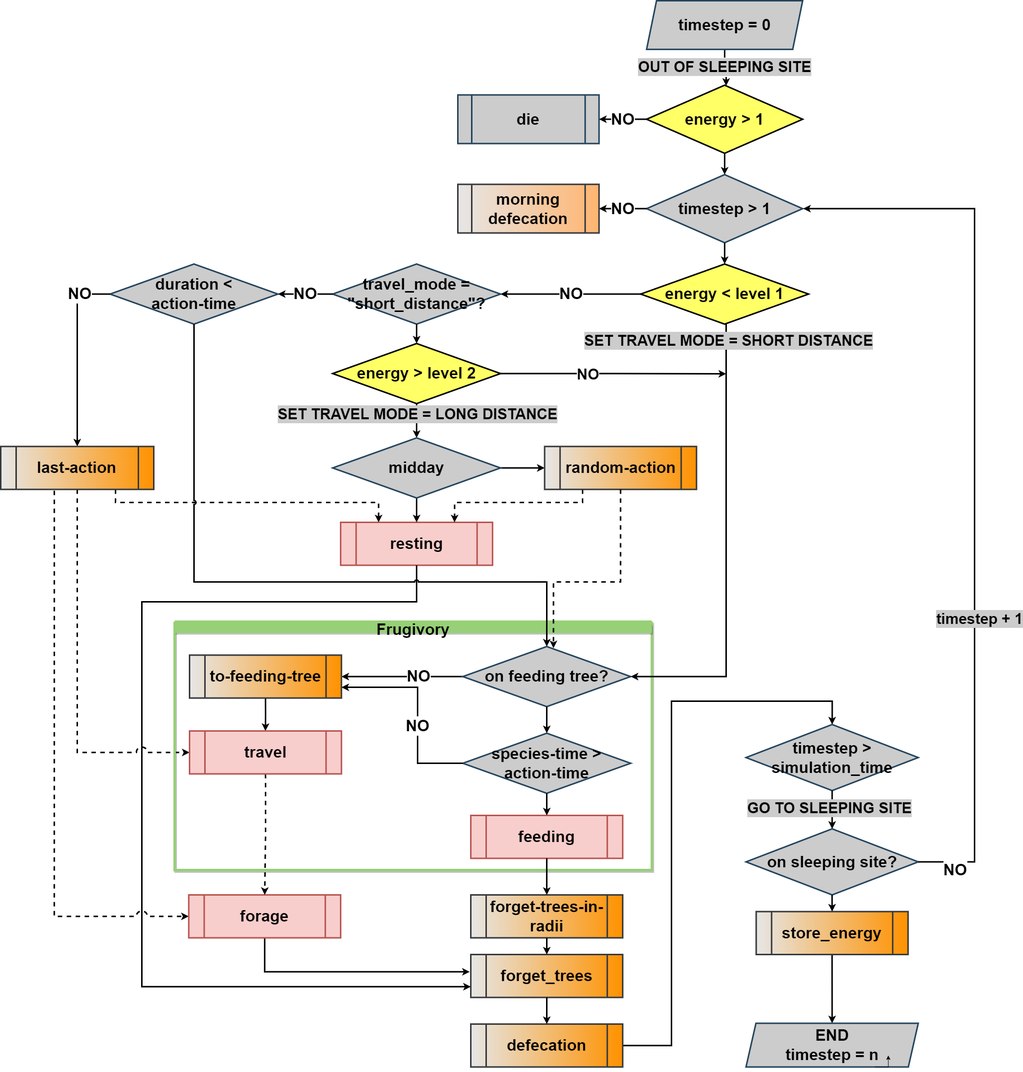
Above: Model_development/BLT_model_v1.2.png in edmizac/BLT_IBM-Model (draw.io), before the change. Source tidied: cells renumbered, new cells last; positions are measured from the earlier drawing's top-left corner, leaving out a move shared by most shapes.
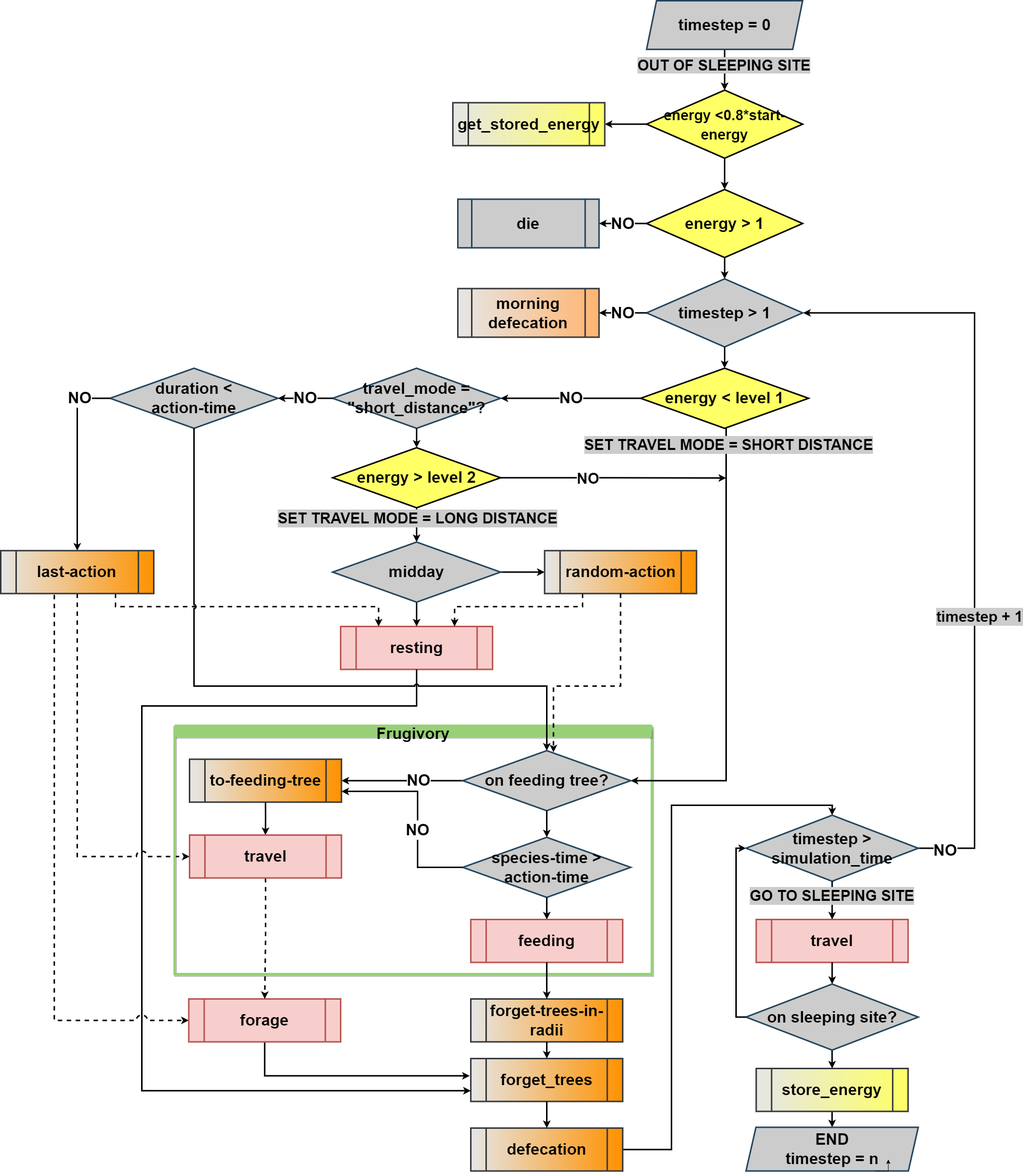
The same file after the commit.

Diff of the diagram source:
```diff
@@ -2,23 +2,12 @@
   <root>
     <mxCell id="0" />
     <mxCell id="1" parent="0" />
-    <mxCell id="2" value="a" style="group;fontSize=32;strokeWidth=3;fontStyle=1;" parent="1" vertex="1">
-      <mxGeometry x="1500" y="1457" width="346.7" height="343" as="geometry" />
+    <mxCell id="2" value="a" style="group;fontSize=32;strokeWidth=3;fontStyle=1;labelBackgroundColor=none;" parent="1" vertex="1">
+      <mxGeometry x="1500" y="1450" width="346.7" height="343" as="geometry" />
     </mxCell>
-    <mxCell id="3" value="&lt;font face=&quot;helvetica&quot; style=&quot;font-size: 32px;&quot;&gt;timestep &amp;gt; simulation_time&lt;br style=&quot;font-size: 32px;&quot;&gt;&lt;/font&gt;" style="rhombus;whiteSpace=wrap;html=1;fontSize=32;fillColor=#CCCCCC;strokeColor=#23445d;strokeWidth=3;shadow=0;fontStyle=1;" parent="2" vertex="1">
-      <mxGeometry width="346.7" height="133" as="geometry" />
-    </mxCell>
-    <mxCell id="4" value="&lt;font face=&quot;helvetica&quot; style=&quot;font-size: 32px;&quot;&gt;on sleeping site?&lt;br style=&quot;font-size: 32px;&quot;&gt;&lt;/font&gt;" style="rhombus;whiteSpace=wrap;html=1;fontSize=32;fillColor=#CCCCCC;strokeColor=#23445d;strokeWidth=3;shadow=0;fontStyle=1;" parent="2" vertex="1">
-      <mxGeometry y="210" width="346.7" height="133" as="geometry" />
-    </mxCell>
-    <mxCell id="5" style="edgeStyle=orthogonalEdgeStyle;rounded=0;jettySize=auto;html=1;fontSize=32;strokeWidth=3;exitX=0.5;exitY=1;exitDx=0;exitDy=0;shadow=0;fontStyle=1;entryX=0.5;entryY=0;entryDx=0;entryDy=0;" parent="2" edge="1" source="3" target="4">
-      <mxGeometry relative="1" as="geometry" />
-    </mxCell>
-    <mxCell id="6" value="GO TO SLEEPING SITE" style="edgeLabel;html=1;align=center;verticalAlign=middle;fontSize=30;fontFamily=Helvetica;fontColor=default;fontStyle=1;labelBackgroundColor=#CCCCCC;" parent="5" vertex="1">
-      <mxGeometry x="-0.13" y="-7" relative="1" as="geometry">
-        <mxPoint y="1" as="offset" />
-      </mxGeometry>
-    </mxCell>
+    <mxCell id="76" value="&lt;font style=&quot;font-size: 32px;&quot;&gt;travel&lt;br style=&quot;font-size: 32px;&quot;&gt;&lt;/font&gt;" style="shape=process;whiteSpace=wrap;html=1;backgroundOutline=1;fontSize=32;fillColor=#f8cecc;strokeColor=#b85450;gradientDirection=west;fontStyle=1;strokeWidth=3;" parent="2" vertex="1">
+      <mxGeometry x="20.5" y="190" width="305.7" height="86.4" as="geometry" />
+    </mxCell>
     <mxCell id="7" style="group;fontSize=32;strokeWidth=3;fontStyle=1;" parent="1" vertex="1">
       <mxGeometry x="881.1" y="72" width="732.9" height="502.6" as="geometry" />
     </mxCell>
@@ -43,12 +32,12 @@
     <mxCell id="14" value="NO" style="edgeStyle=orthogonalEdgeStyle;rounded=0;jettySize=auto;html=1;fontSize=32;exitX=0;exitY=0.5;exitDx=0;exitDy=0;strokeWidth=3;shadow=0;fontStyle=1;" parent="7" edge="1" source="11" target="13">
       <mxGeometry relative="1" as="geometry" />
     </mxCell>
-    <mxCell id="15" value="NO" style="edgeStyle=orthogonalEdgeStyle;rounded=0;jettySize=auto;html=1;fontSize=32;entryX=1;entryY=0.5;entryDx=0;entryDy=0;strokeWidth=3;exitX=1;exitY=0.5;exitDx=0;exitDy=0;shadow=0;fontStyle=1;fontColor=none;noLabel=1;" parent="1" edge="1" source="4">
+    <mxCell id="15" value="NO" style="edgeStyle=orthogonalEdgeStyle;rounded=0;jettySize=auto;html=1;fontSize=32;entryX=1;entryY=0.5;entryDx=0;entryDy=0;strokeWidth=3;exitX=1;exitY=0.5;exitDx=0;exitDy=0;shadow=0;fontStyle=1;fontColor=none;noLabel=1;" parent="1" edge="1" source="3">
       <mxGeometry x="-0.16" y="-67" relative="1" as="geometry">
         <mxPoint x="1615" y="418.5" as="targetPoint" />
         <Array as="points">
-          <mxPoint x="1960" y="1734" />
-          <mxPoint x="1960" y="419" />
+          <mxPoint x="1960" y="1496" />
+          <mxPoint x="1960" y="418" />
         </Array>
       </mxGeometry>
     </mxCell>
@@ -59,7 +48,7 @@
     </mxCell>
     <mxCell id="17" value="&lt;span style=&quot;color: rgb(0, 0, 0); font-family: Helvetica; font-size: 32px; font-style: normal; font-variant-ligatures: normal; font-variant-caps: normal; font-weight: 700; letter-spacing: normal; orphans: 2; text-align: center; text-indent: 0px; text-transform: none; widows: 2; word-spacing: 0px; -webkit-text-stroke-width: 0px; background-color: rgb(255, 255, 255); text-decoration-thickness: initial; text-decoration-style: initial; text-decoration-color: initial; float: none; display: inline !important;&quot;&gt;NO&lt;/span&gt;" style="edgeLabel;html=1;align=center;verticalAlign=middle;" parent="15" vertex="1">
       <mxGeometry x="-0.76" y="5" relative="1" as="geometry">
-        <mxPoint x="-35" y="112" as="offset" />
+        <mxPoint x="-55" y="70" as="offset" />
       </mxGeometry>
     </mxCell>
     <mxCell id="18" style="edgeStyle=orthogonalEdgeStyle;rounded=0;jettySize=auto;html=1;fontSize=32;strokeWidth=3;entryX=0.5;entryY=0;entryDx=0;entryDy=0;exitX=1;exitY=0.5;exitDx=0;exitDy=0;shadow=0;fontStyle=1;" parent="1" edge="1" source="41" target="3">
@@ -209,20 +198,12 @@
         </Array>
       </mxGeometry>
     </mxCell>
-    <mxCell id="51" value="o" style="edgeStyle=orthogonalEdgeStyle;shape=connector;rounded=0;jettySize=auto;html=1;shadow=0;labelBackgroundColor=default;fontFamily=Helvetica;fontSize=32;fontColor=default;endArrow=classic;strokeColor=default;strokeWidth=3;" parent="1" edge="1" source="52" target="8">
-      <mxGeometry relative="1" as="geometry">
-        <Array as="points">
-          <mxPoint x="1457" y="134" />
-          <mxPoint x="1460" y="134" />
-        </Array>
-      </mxGeometry>
-    </mxCell>
+    <mxCell id="77" style="edgeStyle=orthogonalEdgeStyle;shape=connector;rounded=0;jettySize=auto;html=1;labelBackgroundColor=default;fontFamily=Helvetica;fontSize=32;fontColor=default;endArrow=classic;strokeColor=default;strokeWidth=3;" parent="1" edge="1" source="52" target="80">
+      <mxGeometry relative="1" as="geometry" />
+    </mxCell>
     <mxCell id="52" value="timestep = 0" style="shape=parallelogram;perimeter=parallelogramPerimeter;whiteSpace=wrap;html=1;fixedSize=1;fontSize=32;fillColor=#CCCCCC;gradientDirection=west;strokeColor=#23445d;strokeWidth=3;fontStyle=1;" parent="1" vertex="1">
-      <mxGeometry x="1299.9" width="314.1" height="97.9" as="geometry" />
+      <mxGeometry x="1299.9" y="-210" width="314.1" height="97.9" as="geometry" />
     </mxCell>
-    <mxCell id="53" value="OUT OF SLEEPING SITE" style="edgeLabel;html=1;align=center;verticalAlign=middle;points=[];fontSize=30;fontFamily=Helvetica;fontColor=default;fontStyle=1;labelBackgroundColor=#CCCCCC;" parent="1" edge="1" source="52" target="8">
-      <mxGeometry relative="1" as="geometry" />
-    </mxCell>
     <mxCell id="54" style="swimlane;startSize=0;shadow=1;glass=0;labelBackgroundColor=#CCCCCC;sketch=0;fontFamily=Helvetica;fontSize=32;fillColor=#97D077;html=1;strokeColor=#97D077;perimeterSpacing=10;strokeWidth=5;" parent="1" vertex="1">
       <mxGeometry x="350" y="1250" width="960.5" height="500" as="geometry" />
     </mxCell>
@@ -307,11 +288,43 @@
     <mxCell id="73" style="edgeStyle=orthogonalEdgeStyle;shape=connector;rounded=0;jettySize=auto;html=1;shadow=0;labelBackgroundColor=default;fontFamily=Helvetica;fontSize=32;fontColor=default;endArrow=classic;strokeColor=default;strokeWidth=3;jumpStyle=arc;jumpSize=21;fontStyle=1;entryX=0.5;entryY=0;entryDx=0;entryDy=0;" parent="1" edge="1" source="74" target="69">
       <mxGeometry relative="1" as="geometry" />
     </mxCell>
-    <mxCell id="74" value="&lt;font style=&quot;font-size: 32px;&quot;&gt;store_energy&lt;/font&gt;" style="shape=process;whiteSpace=wrap;html=1;backgroundOutline=1;fontSize=32;fillColor=#FF9200;strokeColor=#36393d;gradientColor=#E6E6E6;gradientDirection=west;strokeWidth=3;shadow=0;fontStyle=1;" parent="1" vertex="1">
-      <mxGeometry x="1520.5" y="1833.6" width="305.7" height="86.4" as="geometry" />
+    <mxCell id="74" value="&lt;font style=&quot;font-size: 32px;&quot;&gt;store_energy&lt;/font&gt;" style="shape=process;whiteSpace=wrap;html=1;backgroundOutline=1;fontSize=32;fillColor=#FFFF66;strokeColor=#36393d;gradientColor=#E6E6E6;gradientDirection=west;strokeWidth=3;shadow=0;fontStyle=1;" parent="1" vertex="1">
+      <mxGeometry x="1520.5" y="1940" width="305.7" height="86.4" as="geometry" />
     </mxCell>
     <mxCell id="75" style="edgeStyle=orthogonalEdgeStyle;shape=connector;rounded=0;jettySize=auto;html=1;shadow=0;labelBackgroundColor=default;fontFamily=Helvetica;fontSize=32;fontColor=default;endArrow=classic;strokeColor=default;strokeWidth=3;jumpStyle=arc;jumpSize=21;fontStyle=1;entryX=0.5;entryY=0;entryDx=0;entryDy=0;" parent="1" edge="1" source="4" target="74">
       <mxGeometry relative="1" as="geometry" />
     </mxCell>
+    <mxCell id="53" value="&lt;span style=&quot;color: rgb(0, 0, 0); font-family: Helvetica; font-size: 30px; font-style: normal; font-variant-ligatures: normal; font-variant-caps: normal; font-weight: 700; letter-spacing: normal; orphans: 2; text-align: center; text-indent: 0px; text-transform: none; widows: 2; word-spacing: 0px; -webkit-text-stroke-width: 0px; background-color: rgb(204, 204, 204); text-decoration-thickness: initial; text-decoration-style: initial; text-decoration-color: initial; float: none; display: inline !important;&quot;&gt;OUT OF SLEEPING SITE&lt;/span&gt;" style="text;whiteSpace=wrap;html=1;" parent="1" vertex="1">
+      <mxGeometry x="1280" y="-104" width="370" height="40" as="geometry" />
+    </mxCell>
+    <mxCell id="78" style="edgeStyle=orthogonalEdgeStyle;shape=connector;rounded=0;jettySize=auto;html=1;labelBackgroundColor=default;fontFamily=Helvetica;fontSize=32;fontColor=default;endArrow=classic;strokeColor=default;strokeWidth=3;" parent="1" edge="1" source="80" target="8">
+      <mxGeometry relative="1" as="geometry" />
+    </mxCell>
+    <mxCell id="79" style="edgeStyle=orthogonalEdgeStyle;shape=connector;rounded=0;jettySize=auto;html=1;labelBackgroundColor=default;fontFamily=Helvetica;fontSize=29;fontColor=default;endArrow=classic;strokeColor=default;strokeWidth=3;" parent="1" edge="1" source="80" target="81">
+      <mxGeometry relative="1" as="geometry" />
+    </mxCell>
+    <mxCell id="80" value="&lt;font face=&quot;helvetica&quot; style=&quot;font-size: 29px;&quot;&gt;energy &amp;lt;0.8*start-energy&lt;/font&gt;" style="rhombus;whiteSpace=wrap;html=1;fontSize=32;fillColor=#FFFF66;strokeWidth=3;fontStyle=1;" parent="1" vertex="1">
+      <mxGeometry x="1299.9" y="-30" width="314.1" height="137.1" as="geometry" />
+    </mxCell>
+    <mxCell id="81" value="&lt;font style=&quot;font-size: 32px;&quot;&gt;get_stored_energy&lt;/font&gt;" style="shape=process;whiteSpace=wrap;html=1;backgroundOutline=1;fontSize=32;fillColor=#FFFF66;strokeColor=#36393d;gradientColor=#E6E6E6;gradientDirection=west;strokeWidth=3;shadow=0;fontStyle=1;" parent="1" vertex="1">
+      <mxGeometry x="910" y="-4.7" width="305.7" height="86.4" as="geometry" />
+    </mxCell>
+    <mxCell id="4" value="&lt;font face=&quot;helvetica&quot; style=&quot;font-size: 32px;&quot;&gt;on sleeping site?&lt;br style=&quot;font-size: 32px;&quot;&gt;&lt;/font&gt;" style="rhombus;whiteSpace=wrap;html=1;fontSize=32;fillColor=#CCCCCC;strokeColor=#23445d;strokeWidth=3;shadow=0;fontStyle=1;" parent="1" vertex="1">
+      <mxGeometry x="1500" y="1770" width="346.7" height="133" as="geometry" />
+    </mxCell>
+    <mxCell id="82" style="edgeStyle=orthogonalEdgeStyle;shape=connector;rounded=0;jettySize=auto;html=1;labelBackgroundColor=default;fontFamily=Helvetica;fontSize=29;fontColor=default;endArrow=classic;strokeColor=default;strokeWidth=3;entryX=0;entryY=0.5;entryDx=0;entryDy=0;exitX=0;exitY=0.5;exitDx=0;exitDy=0;" parent="1" edge="1" source="4" target="3">
+      <mxGeometry relative="1" as="geometry" />
+    </mxCell>
+    <mxCell id="83" style="edgeStyle=orthogonalEdgeStyle;shape=connector;rounded=0;jettySize=auto;html=1;labelBackgroundColor=default;fontFamily=Helvetica;fontSize=29;fontColor=default;endArrow=classic;strokeColor=default;strokeWidth=3;" parent="1" edge="1" source="76" target="4">
+      <mxGeometry relative="1" as="geometry" />
+    </mxCell>
+    <mxCell id="3" value="&lt;font face=&quot;helvetica&quot; style=&quot;font-size: 32px;&quot;&gt;timestep &amp;gt; simulation_time&lt;br style=&quot;font-size: 32px;&quot;&gt;&lt;/font&gt;" style="rhombus;whiteSpace=wrap;html=1;fontSize=32;fillColor=#CCCCCC;strokeColor=#23445d;strokeWidth=3;shadow=0;fontStyle=1;" parent="1" vertex="1">
+      <mxGeometry x="1500" y="1430" width="346.7" height="133" as="geometry" />
+    </mxCell>
+    <mxCell id="6" value="&lt;span style=&quot;color: rgb(0, 0, 0); font-family: Helvetica; font-size: 30px; font-style: normal; font-variant-ligatures: normal; font-variant-caps: normal; font-weight: 700; letter-spacing: normal; orphans: 2; text-align: center; text-indent: 0px; text-transform: none; widows: 2; word-spacing: 0px; -webkit-text-stroke-width: 0px; text-decoration-thickness: initial; text-decoration-style: initial; text-decoration-color: initial; float: none; display: inline !important;&quot;&gt;GO TO SLEEPING SITE&lt;/span&gt;" style="edgeStyle=orthogonalEdgeStyle;shape=connector;rounded=0;jettySize=auto;html=1;labelBackgroundColor=#CCCCCC;fontFamily=Helvetica;fontSize=29;fontColor=default;endArrow=classic;strokeColor=default;strokeWidth=3;" parent="1" edge="1" source="3" target="76">
+      <mxGeometry x="-0.24" relative="1" as="geometry">
+        <mxPoint y="-1" as="offset" />
+      </mxGeometry>
+    </mxCell>
   </root>
 </mxGraphModel>
```
